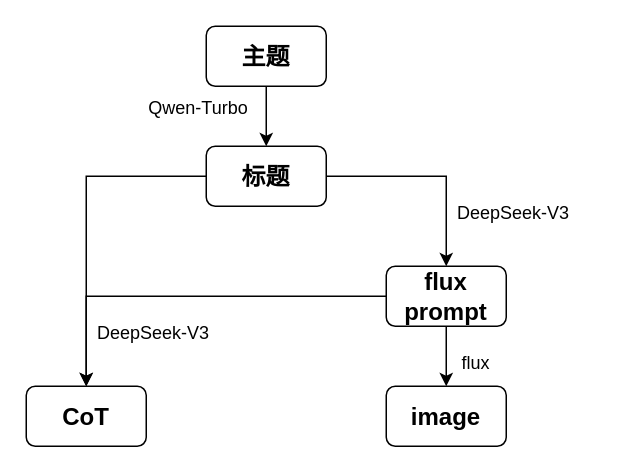
This is assets/data.drawio from time1527/Pic2Post, a draw.io file, before an edit. Source tidied: cells renumbered, new cells numbered last; positions are measured from the earlier drawing's top-left corner, leaving out a move shared by most shapes. Both pictures are drawn from the tidied source at 150%, with x=0, y=0 at pixel (26, 26).
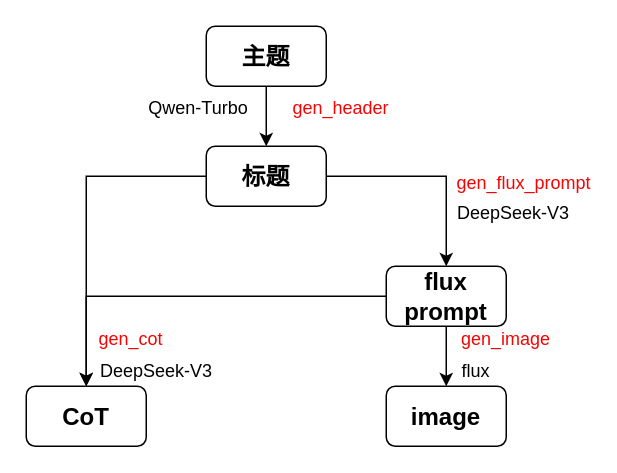
Above is the later version.

Commit message (it also covers changes not shown here):
add data construction

The edit, as a diff of the source:
```diff
@@
 <mxGraphModel>
   <root>
     <mxCell id="0" />
     <mxCell id="1" parent="0" />
     <mxCell id="2" style="edgeStyle=orthogonalEdgeStyle;rounded=0;jettySize=auto;html=1;" parent="1" edge="1" source="3" target="6">
       <mxGeometry relative="1" as="geometry" />
     </mxCell>
     <mxCell id="3" value="&lt;font style=&quot;font-size: 16px;&quot;&gt;&lt;b&gt;主题&lt;/b&gt;&lt;/font&gt;" style="rounded=1;whiteSpace=wrap;html=1;" parent="1" vertex="1">
       <mxGeometry x="120" width="80" height="40" as="geometry" />
     </mxCell>
     <mxCell id="4" style="edgeStyle=orthogonalEdgeStyle;rounded=0;jettySize=auto;html=1;" parent="1" edge="1" source="6" target="10">
       <mxGeometry relative="1" as="geometry" />
     </mxCell>
     <mxCell id="5" style="edgeStyle=orthogonalEdgeStyle;rounded=0;jettySize=auto;html=1;" parent="1" edge="1" source="6" target="11">
       <mxGeometry relative="1" as="geometry" />
     </mxCell>
     <mxCell id="6" value="&lt;font style=&quot;font-size: 16px;&quot;&gt;&lt;b&gt;标题&lt;/b&gt;&lt;/font&gt;" style="rounded=1;whiteSpace=wrap;html=1;" parent="1" vertex="1">
       <mxGeometry x="120" y="80" width="80" height="40" as="geometry" />
     </mxCell>
     <mxCell id="7" value="Qwen-Turbo" style="text;html=1;align=center;verticalAlign=middle;whiteSpace=wrap;rounded=0;" parent="1" vertex="1">
       <mxGeometry x="70" y="40" width="90" height="30" as="geometry" />
     </mxCell>
     <mxCell id="8" style="edgeStyle=orthogonalEdgeStyle;rounded=0;jettySize=auto;html=1;" parent="1" edge="1" source="10" target="13">
       <mxGeometry relative="1" as="geometry" />
     </mxCell>
     <mxCell id="9" style="edgeStyle=orthogonalEdgeStyle;rounded=0;jettySize=auto;html=1;entryX=0.5;entryY=0;entryDx=0;entryDy=0;" parent="1" edge="1" source="10" target="11">
       <mxGeometry relative="1" as="geometry" />
     </mxCell>
     <mxCell id="10" value="&lt;font style=&quot;font-size: 16px;&quot;&gt;&lt;b&gt;flux prompt&lt;/b&gt;&lt;/font&gt;" style="rounded=1;whiteSpace=wrap;html=1;" parent="1" vertex="1">
       <mxGeometry x="240" y="160" width="80" height="40" as="geometry" />
     </mxCell>
     <mxCell id="11" value="&lt;font style=&quot;font-size: 16px;&quot;&gt;&lt;b&gt;CoT&lt;/b&gt;&lt;/font&gt;" style="rounded=1;whiteSpace=wrap;html=1;" parent="1" vertex="1">
       <mxGeometry y="240" width="80" height="40" as="geometry" />
     </mxCell>
     <mxCell id="12" value="DeepSeek-V3" style="text;html=1;align=center;verticalAlign=middle;whiteSpace=wrap;rounded=0;" parent="1" vertex="1">
       <mxGeometry x="280" y="110" width="90" height="30" as="geometry" />
     </mxCell>
     <mxCell id="13" value="&lt;font style=&quot;font-size: 16px;&quot;&gt;&lt;b&gt;image&lt;/b&gt;&lt;/font&gt;" style="rounded=1;whiteSpace=wrap;html=1;" parent="1" vertex="1">
       <mxGeometry x="240" y="240" width="80" height="40" as="geometry" />
     </mxCell>
     <mxCell id="14" value="flux" style="text;html=1;align=center;verticalAlign=middle;whiteSpace=wrap;rounded=0;" parent="1" vertex="1">
-      <mxGeometry x="270" y="210" width="60" height="30" as="geometry" />
+      <mxGeometry x="270" y="215" width="60" height="30" as="geometry" />
     </mxCell>
     <mxCell id="15" value="DeepSeek-V3" style="text;html=1;align=center;verticalAlign=middle;whiteSpace=wrap;rounded=0;" parent="1" vertex="1">
-      <mxGeometry x="40" y="190" width="90" height="30" as="geometry" />
+      <mxGeometry x="42" y="215" width="90" height="30" as="geometry" />
     </mxCell>
+    <mxCell id="16" value="&lt;font color=&quot;#f60404&quot;&gt;gen_header&lt;/font&gt;" style="text;html=1;align=center;verticalAlign=middle;whiteSpace=wrap;rounded=0;" parent="1" vertex="1">
+      <mxGeometry x="180" y="40" width="60" height="30" as="geometry" />
+    </mxCell>
+    <mxCell id="17" value="&lt;font color=&quot;#f60404&quot;&gt;gen_flux_prompt&lt;/font&gt;" style="text;html=1;align=center;verticalAlign=middle;whiteSpace=wrap;rounded=0;" parent="1" vertex="1">
+      <mxGeometry x="302" y="90" width="60" height="30" as="geometry" />
+    </mxCell>
+    <mxCell id="18" value="&lt;font color=&quot;#f60404&quot;&gt;gen_image&lt;/font&gt;" style="text;html=1;align=center;verticalAlign=middle;whiteSpace=wrap;rounded=0;" parent="1" vertex="1">
+      <mxGeometry x="290" y="194" width="60" height="30" as="geometry" />
+    </mxCell>
+    <mxCell id="19" value="&lt;font color=&quot;#f60404&quot;&gt;gen_cot&lt;/font&gt;" style="text;html=1;align=center;verticalAlign=middle;whiteSpace=wrap;rounded=0;" parent="1" vertex="1">
+      <mxGeometry x="40" y="194" width="60" height="30" as="geometry" />
+    </mxCell>
   </root>
 </mxGraphModel>
```
